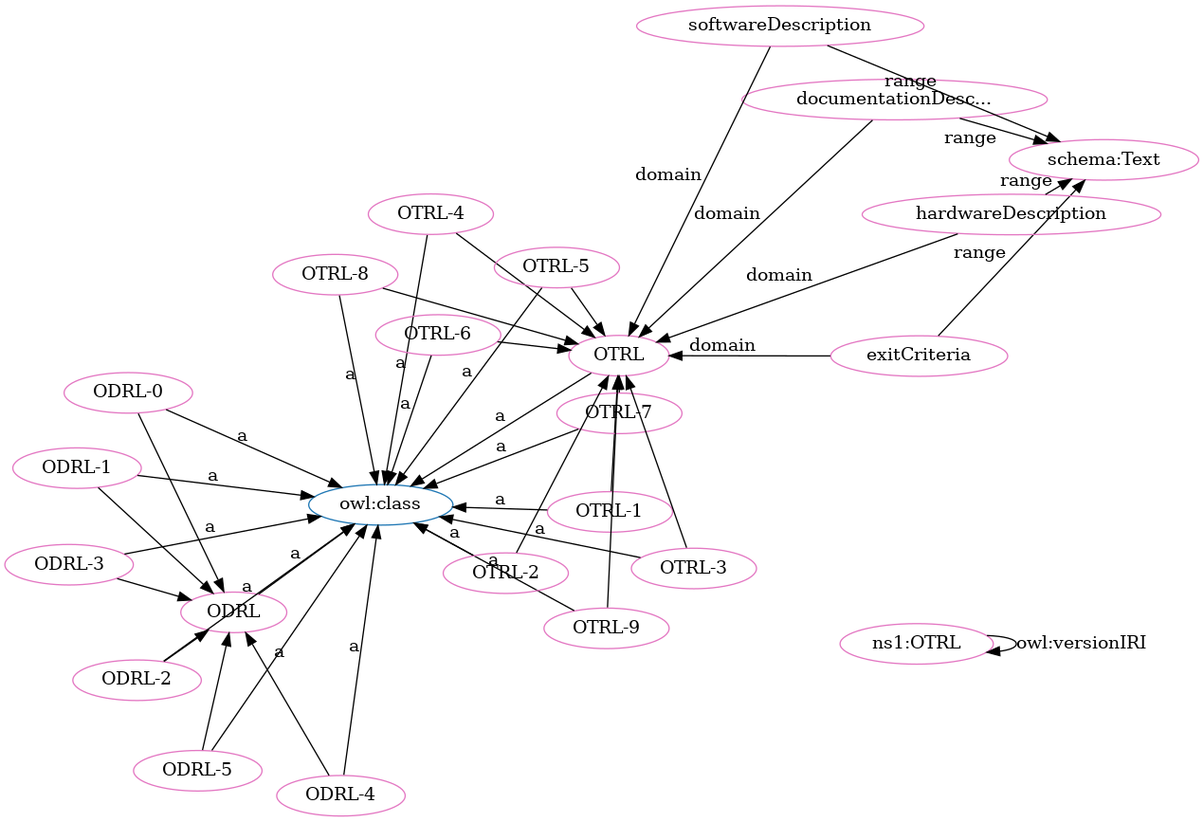
Above: OTRL-clean.png in OPEN-NEXT/OKH-LOSH (Graphviz), before the change. Its source is kept beside it as OTRL-clean.dot. Its diagram source:
```dot
digraph G {
  rankdir=BT
  node[height=.3]
"http://www.w3.org/2002/07/owl#class" [fillcolor="#1f77b4" color="#1f77b4" label="owl:class"]
"http://purl.org/oseg/ontologies/OTRL#OTRL" [fillcolor="#1f77b4" color="#1f77b4" label="OTRL"]
"http://purl.org/oseg/ontologies/OTRL#ODRL" [fillcolor="#1f77b4" color="#1f77b4" label="ODRL"]
"http://purl.org/oseg/ontologies/OTRL#ODRL" [fillcolor="#e377c2" color="#e377c2" label="ODRL"]
"http://purl.org/oseg/ontologies/OTRL#ODRL-3" [fillcolor="#e377c2" color="#e377c2" label="ODRL-3"]
"http://purl.org/oseg/ontologies/OTRL#OTRL" [fillcolor="#e377c2" color="#e377c2" label="OTRL"]
"http://purl.org/oseg/ontologies/OTRL#ODRL-1" [fillcolor="#e377c2" color="#e377c2" label="ODRL-1"]
"http://schema.org/Text" [fillcolor="#e377c2" color="#e377c2" label="schema:Text"]
"http://purl.org/oseg/ontologies/OTRL" [fillcolor="#e377c2" color="#e377c2" label="ns1:OTRL"]
"http://purl.org/oseg/ontologies/OTRL#ODRL-2" [fillcolor="#e377c2" color="#e377c2" label="ODRL-2"]
"http://purl.org/oseg/ontologies/OTRL#ODRL-5" [fillcolor="#e377c2" color="#e377c2" label="ODRL-5"]
"http://purl.org/oseg/ontologies/OTRL#exitCriteria" [fillcolor="#e377c2" color="#e377c2" label="exitCriteria"]
"http://purl.org/oseg/ontologies/OTRL#OTRL-1" [fillcolor="#e377c2" color="#e377c2" label="OTRL-1"]
"http://purl.org/oseg/ontologies/OTRL#OTRL-7" [fillcolor="#e377c2" color="#e377c2" label="OTRL-7"]
"http://purl.org/oseg/ontologies/OTRL#ODRL-0" [fillcolor="#e377c2" color="#e377c2" label="ODRL-0"]
"http://purl.org/oseg/ontologies/OTRL#hardwareDescription" [fillcolor="#e377c2" color="#e377c2" label="hardwareDescription"]
"http://purl.org/oseg/ontologies/OTRL#OTRL-3" [fillcolor="#e377c2" color="#e377c2" label="OTRL-3"]
"http://purl.org/oseg/ontologies/OTRL#OTRL-4" [fillcolor="#e377c2" color="#e377c2" label="OTRL-4"]
"http://purl.org/oseg/ontologies/OTRL#ODRL-4" [fillcolor="#e377c2" color="#e377c2" label="ODRL-4"]
"http://purl.org/oseg/ontologies/OTRL#OTRL-9" [fillcolor="#e377c2" color="#e377c2" label="OTRL-9"]
"http://purl.org/oseg/ontologies/OTRL#OTRL-8" [fillcolor="#e377c2" color="#e377c2" label="OTRL-8"]
"http://purl.org/oseg/ontologies/OTRL#documentationDescription" [fillcolor="#e377c2" color="#e377c2" label="documentationDesc..."]
"http://purl.org/oseg/ontologies/OTRL#softwareDescription" [fillcolor="#e377c2" color="#e377c2" label="softwareDescription"]
"http://purl.org/oseg/ontologies/OTRL#OTRL-2" [fillcolor="#e377c2" color="#e377c2" label="OTRL-2"]
"http://purl.org/oseg/ontologies/OTRL#OTRL-6" [fillcolor="#e377c2" color="#e377c2" label="OTRL-6"]
"http://purl.org/oseg/ontologies/OTRL#OTRL-5" [fillcolor="#e377c2" color="#e377c2" label="OTRL-5"]
  "http://purl.org/oseg/ontologies/OTRL#ODRL-3" -> "http://www.w3.org/2002/07/owl#class" [label="a"]
  "http://purl.org/oseg/ontologies/OTRL#exitCriteria" -> "http://purl.org/oseg/ontologies/OTRL#OTRL" [label="domain"]
  "http://purl.org/oseg/ontologies/OTRL#ODRL-1" -> "http://www.w3.org/2002/07/owl#class" [label="a"]
  "http://purl.org/oseg/ontologies/OTRL#softwareDescription" -> "http://schema.org/Text" [label="range"]
  "http://purl.org/oseg/ontologies/OTRL#OTRL-8" -> "http://purl.org/oseg/ontologies/OTRL#OTRL" [label=""]
  "http://purl.org/oseg/ontologies/OTRL#OTRL-1" -> "http://purl.org/oseg/ontologies/OTRL#OTRL" [label=""]
  "http://purl.org/oseg/ontologies/OTRL#OTRL" -> "http://www.w3.org/2002/07/owl#class" [label="a"]
  "http://purl.org/oseg/ontologies/OTRL#documentationDescription" -> "http://schema.org/Text" [label="range"]
  "http://purl.org/oseg/ontologies/OTRL#ODRL-2" -> "http://www.w3.org/2002/07/owl#class" [label="a"]
  "http://purl.org/oseg/ontologies/OTRL#OTRL-2" -> "http://purl.org/oseg/ontologies/OTRL#OTRL" [label=""]
  "http://purl.org/oseg/ontologies/OTRL#ODRL-5" -> "http://www.w3.org/2002/07/owl#class" [label="a"]
  "http://purl.org/oseg/ontologies/OTRL#OTRL-6" -> "http://purl.org/oseg/ontologies/OTRL#OTRL" [label=""]
  "http://purl.org/oseg/ontologies/OTRL#ODRL-0" -> "http://www.w3.org/2002/07/owl#class" [label="a"]
  "http://purl.org/oseg/ontologies/OTRL#OTRL-3" -> "http://www.w3.org/2002/07/owl#class" [label="a"]
  "http://purl.org/oseg/ontologies/OTRL#OTRL-4" -> "http://www.w3.org/2002/07/owl#class" [label="a"]
  "http://purl.org/oseg/ontologies/OTRL#OTRL-7" -> "http://purl.org/oseg/ontologies/OTRL#OTRL" [label=""]
  "http://purl.org/oseg/ontologies/OTRL#documentationDescription" -> "http://purl.org/oseg/ontologies/OTRL#OTRL" [label="domain"]
  "http://purl.org/oseg/ontologies/OTRL#OTRL-8" -> "http://www.w3.org/2002/07/owl#class" [label="a"]
  "http://purl.org/oseg/ontologies/OTRL#OTRL-5" -> "http://purl.org/oseg/ontologies/OTRL#OTRL" [label=""]
  "http://purl.org/oseg/ontologies/OTRL#exitCriteria" -> "http://schema.org/Text" [label="range"]
  "http://purl.org/oseg/ontologies/OTRL#OTRL-2" -> "http://www.w3.org/2002/07/owl#class" [label="a"]
  "http://purl.org/oseg/ontologies/OTRL#OTRL-6" -> "http://www.w3.org/2002/07/owl#class" [label="a"]
  "http://purl.org/oseg/ontologies/OTRL#OTRL-5" -> "http://www.w3.org/2002/07/owl#class" [label="a"]
  "http://purl.org/oseg/ontologies/OTRL#ODRL-1" -> "http://purl.org/oseg/ontologies/OTRL#ODRL" [label=""]
  "http://purl.org/oseg/ontologies/OTRL#hardwareDescription" -> "http://purl.org/oseg/ontologies/OTRL#OTRL" [label="domain"]
  "http://purl.org/oseg/ontologies/OTRL#ODRL-3" -> "http://purl.org/oseg/ontologies/OTRL#ODRL" [label=""]
  "http://purl.org/oseg/ontologies/OTRL" -> "http://purl.org/oseg/ontologies/OTRL" [label="owl:versionIRI"]
  "http://purl.org/oseg/ontologies/OTRL#softwareDescription" -> "http://purl.org/oseg/ontologies/OTRL#OTRL" [label="domain"]
  "http://purl.org/oseg/ontologies/OTRL#ODRL-0" -> "http://purl.org/oseg/ontologies/OTRL#ODRL" [label=""]
  "http://purl.org/oseg/ontologies/OTRL#OTRL-4" -> "http://purl.org/oseg/ontologies/OTRL#OTRL" [label=""]
  "http://purl.org/oseg/ontologies/OTRL#OTRL-1" -> "http://www.w3.org/2002/07/owl#class" [label="a"]
  "http://purl.org/oseg/ontologies/OTRL#OTRL-7" -> "http://www.w3.org/2002/07/owl#class" [label="a"]
  "http://purl.org/oseg/ontologies/OTRL#ODRL-4" -> "http://purl.org/oseg/ontologies/OTRL#ODRL" [label=""]
  "http://purl.org/oseg/ontologies/OTRL#ODRL-4" -> "http://www.w3.org/2002/07/owl#class" [label="a"]
  "http://purl.org/oseg/ontologies/OTRL#OTRL-9" -> "http://www.w3.org/2002/07/owl#class" [label="a"]
  "http://purl.org/oseg/ontologies/OTRL#ODRL-2" -> "http://purl.org/oseg/ontologies/OTRL#ODRL" [label=""]
  "http://purl.org/oseg/ontologies/OTRL#OTRL-3" -> "http://purl.org/oseg/ontologies/OTRL#OTRL" [label=""]
  "http://purl.org/oseg/ontologies/OTRL#ODRL-5" -> "http://purl.org/oseg/ontologies/OTRL#ODRL" [label=""]
  "http://purl.org/oseg/ontologies/OTRL#ODRL" -> "http://www.w3.org/2002/07/owl#class" [label="a"]
  "http://purl.org/oseg/ontologies/OTRL#OTRL-9" -> "http://purl.org/oseg/ontologies/OTRL#OTRL" [label=""]
  "http://purl.org/oseg/ontologies/OTRL#hardwareDescription" -> "http://schema.org/Text" [label="range"]
}
```
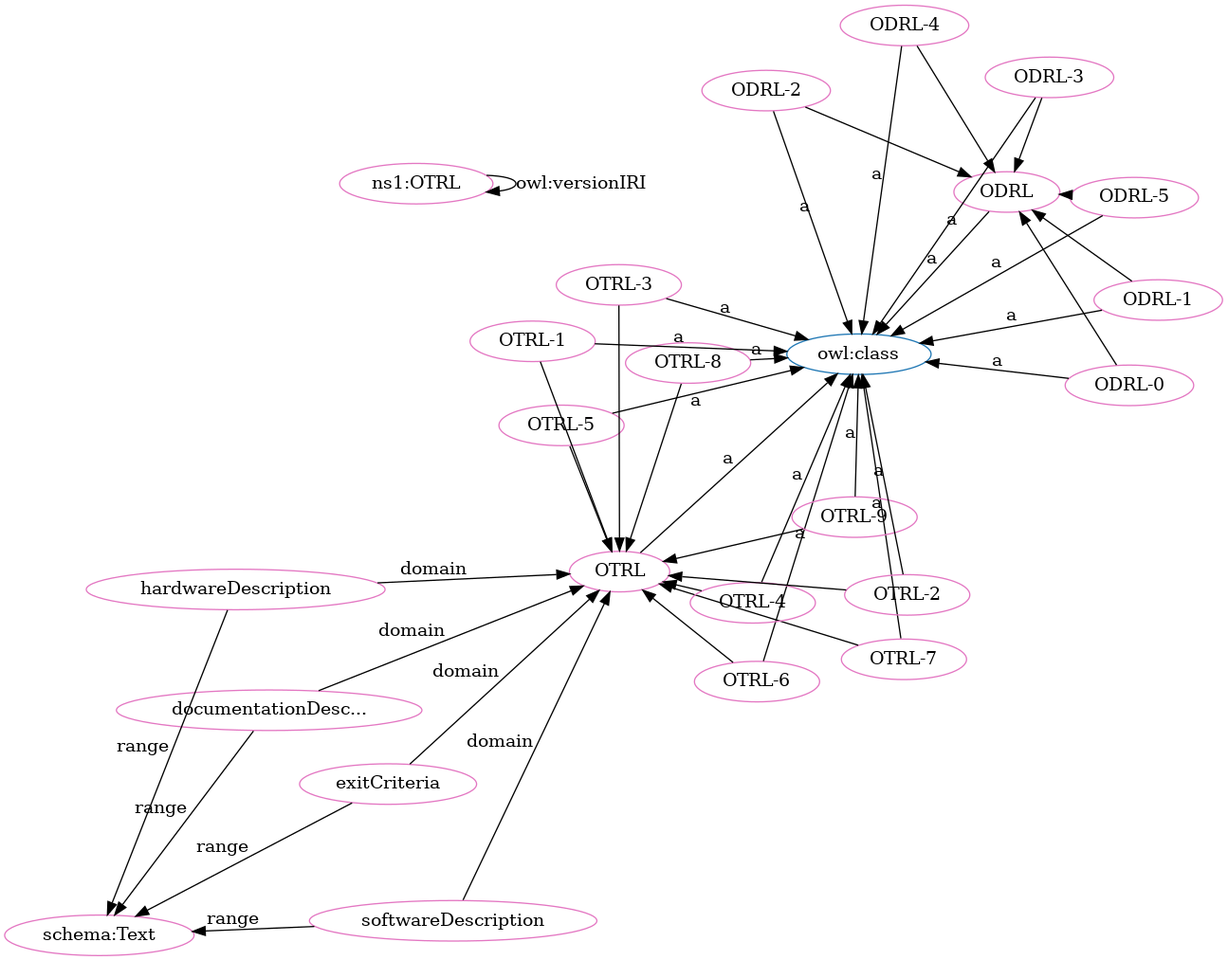
After the change.

The edit, as a diff of the source:
```diff
@@ -2,70 +2,70 @@
   rankdir=BT
   node[height=.3]
 "http://www.w3.org/2002/07/owl#class" [fillcolor="#1f77b4" color="#1f77b4" label="owl:class"]
+"http://purl.org/oseg/ontologies/OTRL#ODRL" [fillcolor="#1f77b4" color="#1f77b4" label="ODRL"]
 "http://purl.org/oseg/ontologies/OTRL#OTRL" [fillcolor="#1f77b4" color="#1f77b4" label="OTRL"]
-"http://purl.org/oseg/ontologies/OTRL#ODRL" [fillcolor="#1f77b4" color="#1f77b4" label="ODRL"]
 "http://purl.org/oseg/ontologies/OTRL#ODRL" [fillcolor="#e377c2" color="#e377c2" label="ODRL"]
+"http://purl.org/oseg/ontologies/OTRL#OTRL" [fillcolor="#e377c2" color="#e377c2" label="OTRL"]
+"http://purl.org/oseg/ontologies/OTRL#ODRL-5" [fillcolor="#e377c2" color="#e377c2" label="ODRL-5"]
+"http://purl.org/oseg/ontologies/OTRL#OTRL-5" [fillcolor="#e377c2" color="#e377c2" label="OTRL-5"]
+"http://schema.org/Text" [fillcolor="#e377c2" color="#e377c2" label="schema:Text"]
 "http://purl.org/oseg/ontologies/OTRL#ODRL-3" [fillcolor="#e377c2" color="#e377c2" label="ODRL-3"]
-"http://purl.org/oseg/ontologies/OTRL#OTRL" [fillcolor="#e377c2" color="#e377c2" label="OTRL"]
+"http://purl.org/oseg/ontologies/OTRL#exitCriteria" [fillcolor="#e377c2" color="#e377c2" label="exitCriteria"]
+"http://purl.org/oseg/ontologies/OTRL#softwareDescription" [fillcolor="#e377c2" color="#e377c2" label="softwareDescription"]
 "http://purl.org/oseg/ontologies/OTRL#ODRL-1" [fillcolor="#e377c2" color="#e377c2" label="ODRL-1"]
-"http://schema.org/Text" [fillcolor="#e377c2" color="#e377c2" label="schema:Text"]
+"http://purl.org/oseg/ontologies/OTRL#OTRL-7" [fillcolor="#e377c2" color="#e377c2" label="OTRL-7"]
+"http://purl.org/oseg/ontologies/OTRL#documentationDescription" [fillcolor="#e377c2" color="#e377c2" label="documentationDesc..."]
+"http://purl.org/oseg/ontologies/OTRL#ODRL-0" [fillcolor="#e377c2" color="#e377c2" label="ODRL-0"]
 "http://purl.org/oseg/ontologies/OTRL" [fillcolor="#e377c2" color="#e377c2" label="ns1:OTRL"]
+"http://purl.org/oseg/ontologies/OTRL#OTRL-6" [fillcolor="#e377c2" color="#e377c2" label="OTRL-6"]
 "http://purl.org/oseg/ontologies/OTRL#ODRL-2" [fillcolor="#e377c2" color="#e377c2" label="ODRL-2"]
-"http://purl.org/oseg/ontologies/OTRL#ODRL-5" [fillcolor="#e377c2" color="#e377c2" label="ODRL-5"]
-"http://purl.org/oseg/ontologies/OTRL#exitCriteria" [fillcolor="#e377c2" color="#e377c2" label="exitCriteria"]
+"http://purl.org/oseg/ontologies/OTRL#OTRL-4" [fillcolor="#e377c2" color="#e377c2" label="OTRL-4"]
+"http://purl.org/oseg/ontologies/OTRL#OTRL-8" [fillcolor="#e377c2" color="#e377c2" label="OTRL-8"]
 "http://purl.org/oseg/ontologies/OTRL#OTRL-1" [fillcolor="#e377c2" color="#e377c2" label="OTRL-1"]
-"http://purl.org/oseg/ontologies/OTRL#OTRL-7" [fillcolor="#e377c2" color="#e377c2" label="OTRL-7"]
-"http://purl.org/oseg/ontologies/OTRL#ODRL-0" [fillcolor="#e377c2" color="#e377c2" label="ODRL-0"]
 "http://purl.org/oseg/ontologies/OTRL#hardwareDescription" [fillcolor="#e377c2" color="#e377c2" label="hardwareDescription"]
-"http://purl.org/oseg/ontologies/OTRL#OTRL-3" [fillcolor="#e377c2" color="#e377c2" label="OTRL-3"]
-"http://purl.org/oseg/ontologies/OTRL#OTRL-4" [fillcolor="#e377c2" color="#e377c2" label="OTRL-4"]
 "http://purl.org/oseg/ontologies/OTRL#ODRL-4" [fillcolor="#e377c2" color="#e377c2" label="ODRL-4"]
 "http://purl.org/oseg/ontologies/OTRL#OTRL-9" [fillcolor="#e377c2" color="#e377c2" label="OTRL-9"]
-"http://purl.org/oseg/ontologies/OTRL#OTRL-8" [fillcolor="#e377c2" color="#e377c2" label="OTRL-8"]
-"http://purl.org/oseg/ontologies/OTRL#documentationDescription" [fillcolor="#e377c2" color="#e377c2" label="documentationDesc..."]
-"http://purl.org/oseg/ontologies/OTRL#softwareDescription" [fillcolor="#e377c2" color="#e377c2" label="softwareDescription"]
 "http://purl.org/oseg/ontologies/OTRL#OTRL-2" [fillcolor="#e377c2" color="#e377c2" label="OTRL-2"]
-"http://purl.org/oseg/ontologies/OTRL#OTRL-6" [fillcolor="#e377c2" color="#e377c2" label="OTRL-6"]
-"http://purl.org/oseg/ontologies/OTRL#OTRL-5" [fillcolor="#e377c2" color="#e377c2" label="OTRL-5"]
+"http://purl.org/oseg/ontologies/OTRL#OTRL-3" [fillcolor="#e377c2" color="#e377c2" label="OTRL-3"]
+  "http://purl.org/oseg/ontologies/OTRL#OTRL-8" -> "http://purl.org/oseg/ontologies/OTRL#OTRL" [label=""]
+  "http://purl.org/oseg/ontologies/OTRL#ODRL-0" -> "http://purl.org/oseg/ontologies/OTRL#ODRL" [label=""]
+  "http://purl.org/oseg/ontologies/OTRL#ODRL-5" -> "http://www.w3.org/2002/07/owl#class" [label="a"]
+  "http://purl.org/oseg/ontologies/OTRL#OTRL-1" -> "http://purl.org/oseg/ontologies/OTRL#OTRL" [label=""]
+  "http://purl.org/oseg/ontologies/OTRL#OTRL-5" -> "http://www.w3.org/2002/07/owl#class" [label="a"]
+  "http://purl.org/oseg/ontologies/OTRL#OTRL-2" -> "http://purl.org/oseg/ontologies/OTRL#OTRL" [label=""]
+  "http://purl.org/oseg/ontologies/OTRL#ODRL-4" -> "http://purl.org/oseg/ontologies/OTRL#ODRL" [label=""]
+  "http://purl.org/oseg/ontologies/OTRL#OTRL-7" -> "http://purl.org/oseg/ontologies/OTRL#OTRL" [label=""]
+  "http://purl.org/oseg/ontologies/OTRL#hardwareDescription" -> "http://purl.org/oseg/ontologies/OTRL#OTRL" [label="domain"]
+  "http://purl.org/oseg/ontologies/OTRL#hardwareDescription" -> "http://schema.org/Text" [label="range"]
   "http://purl.org/oseg/ontologies/OTRL#ODRL-3" -> "http://www.w3.org/2002/07/owl#class" [label="a"]
+  "http://purl.org/oseg/ontologies/OTRL#OTRL-4" -> "http://purl.org/oseg/ontologies/OTRL#OTRL" [label=""]
+  "http://purl.org/oseg/ontologies/OTRL#softwareDescription" -> "http://schema.org/Text" [label="range"]
+  "http://purl.org/oseg/ontologies/OTRL#ODRL-5" -> "http://purl.org/oseg/ontologies/OTRL#ODRL" [label=""]
+  "http://purl.org/oseg/ontologies/OTRL#OTRL" -> "http://www.w3.org/2002/07/owl#class" [label="a"]
+  "http://purl.org/oseg/ontologies/OTRL#softwareDescription" -> "http://purl.org/oseg/ontologies/OTRL#OTRL" [label="domain"]
+  "http://purl.org/oseg/ontologies/OTRL#ODRL-1" -> "http://purl.org/oseg/ontologies/OTRL#ODRL" [label=""]
+  "http://purl.org/oseg/ontologies/OTRL#OTRL-6" -> "http://www.w3.org/2002/07/owl#class" [label="a"]
+  "http://purl.org/oseg/ontologies/OTRL#OTRL-9" -> "http://purl.org/oseg/ontologies/OTRL#OTRL" [label=""]
+  "http://purl.org/oseg/ontologies/OTRL#ODRL-2" -> "http://www.w3.org/2002/07/owl#class" [label="a"]
+  "http://purl.org/oseg/ontologies/OTRL#OTRL-8" -> "http://www.w3.org/2002/07/owl#class" [label="a"]
+  "http://purl.org/oseg/ontologies/OTRL#OTRL-3" -> "http://purl.org/oseg/ontologies/OTRL#OTRL" [label=""]
+  "http://purl.org/oseg/ontologies/OTRL#ODRL-3" -> "http://purl.org/oseg/ontologies/OTRL#ODRL" [label=""]
+  "http://purl.org/oseg/ontologies/OTRL#OTRL-9" -> "http://www.w3.org/2002/07/owl#class" [label="a"]
+  "http://purl.org/oseg/ontologies/OTRL#OTRL-5" -> "http://purl.org/oseg/ontologies/OTRL#OTRL" [label=""]
+  "http://purl.org/oseg/ontologies/OTRL#documentationDescription" -> "http://schema.org/Text" [label="range"]
+  "http://purl.org/oseg/ontologies/OTRL#documentationDescription" -> "http://purl.org/oseg/ontologies/OTRL#OTRL" [label="domain"]
+  "http://purl.org/oseg/ontologies/OTRL#ODRL-2" -> "http://purl.org/oseg/ontologies/OTRL#ODRL" [label=""]
+  "http://purl.org/oseg/ontologies/OTRL#ODRL" -> "http://www.w3.org/2002/07/owl#class" [label="a"]
+  "http://purl.org/oseg/ontologies/OTRL#ODRL-1" -> "http://www.w3.org/2002/07/owl#class" [label="a"]
+  "http://purl.org/oseg/ontologies/OTRL#OTRL-7" -> "http://www.w3.org/2002/07/owl#class" [label="a"]
+  "http://purl.org/oseg/ontologies/OTRL#ODRL-0" -> "http://www.w3.org/2002/07/owl#class" [label="a"]
+  "http://purl.org/oseg/ontologies/OTRL#OTRL-4" -> "http://www.w3.org/2002/07/owl#class" [label="a"]
+  "http://purl.org/oseg/ontologies/OTRL#exitCriteria" -> "http://schema.org/Text" [label="range"]
+  "http://purl.org/oseg/ontologies/OTRL#OTRL-1" -> "http://www.w3.org/2002/07/owl#class" [label="a"]
   "http://purl.org/oseg/ontologies/OTRL#exitCriteria" -> "http://purl.org/oseg/ontologies/OTRL#OTRL" [label="domain"]
-  "http://purl.org/oseg/ontologies/OTRL#ODRL-1" -> "http://www.w3.org/2002/07/owl#class" [label="a"]
-  "http://purl.org/oseg/ontologies/OTRL#softwareDescription" -> "http://schema.org/Text" [label="range"]
-  "http://purl.org/oseg/ontologies/OTRL#OTRL-8" -> "http://purl.org/oseg/ontologies/OTRL#OTRL" [label=""]
-  "http://purl.org/oseg/ontologies/OTRL#OTRL-1" -> "http://purl.org/oseg/ontologies/OTRL#OTRL" [label=""]
-  "http://purl.org/oseg/ontologies/OTRL#OTRL" -> "http://www.w3.org/2002/07/owl#class" [label="a"]
-  "http://purl.org/oseg/ontologies/OTRL#documentationDescription" -> "http://schema.org/Text" [label="range"]
-  "http://purl.org/oseg/ontologies/OTRL#ODRL-2" -> "http://www.w3.org/2002/07/owl#class" [label="a"]
-  "http://purl.org/oseg/ontologies/OTRL#OTRL-2" -> "http://purl.org/oseg/ontologies/OTRL#OTRL" [label=""]
-  "http://purl.org/oseg/ontologies/OTRL#ODRL-5" -> "http://www.w3.org/2002/07/owl#class" [label="a"]
+  "http://purl.org/oseg/ontologies/OTRL#ODRL-4" -> "http://www.w3.org/2002/07/owl#class" [label="a"]
+  "http://purl.org/oseg/ontologies/OTRL#OTRL-2" -> "http://www.w3.org/2002/07/owl#class" [label="a"]
+  "http://purl.org/oseg/ontologies/OTRL" -> "http://purl.org/oseg/ontologies/OTRL" [label="owl:versionIRI"]
   "http://purl.org/oseg/ontologies/OTRL#OTRL-6" -> "http://purl.org/oseg/ontologies/OTRL#OTRL" [label=""]
-  "http://purl.org/oseg/ontologies/OTRL#ODRL-0" -> "http://www.w3.org/2002/07/owl#class" [label="a"]
   "http://purl.org/oseg/ontologies/OTRL#OTRL-3" -> "http://www.w3.org/2002/07/owl#class" [label="a"]
-  "http://purl.org/oseg/ontologies/OTRL#OTRL-4" -> "http://www.w3.org/2002/07/owl#class" [label="a"]
-  "http://purl.org/oseg/ontologies/OTRL#OTRL-7" -> "http://purl.org/oseg/ontologies/OTRL#OTRL" [label=""]
-  "http://purl.org/oseg/ontologies/OTRL#documentationDescription" -> "http://purl.org/oseg/ontologies/OTRL#OTRL" [label="domain"]
-  "http://purl.org/oseg/ontologies/OTRL#OTRL-8" -> "http://www.w3.org/2002/07/owl#class" [label="a"]
-  "http://purl.org/oseg/ontologies/OTRL#OTRL-5" -> "http://purl.org/oseg/ontologies/OTRL#OTRL" [label=""]
-  "http://purl.org/oseg/ontologies/OTRL#exitCriteria" -> "http://schema.org/Text" [label="range"]
-  "http://purl.org/oseg/ontologies/OTRL#OTRL-2" -> "http://www.w3.org/2002/07/owl#class" [label="a"]
-  "http://purl.org/oseg/ontologies/OTRL#OTRL-6" -> "http://www.w3.org/2002/07/owl#class" [label="a"]
-  "http://purl.org/oseg/ontologies/OTRL#OTRL-5" -> "http://www.w3.org/2002/07/owl#class" [label="a"]
-  "http://purl.org/oseg/ontologies/OTRL#ODRL-1" -> "http://purl.org/oseg/ontologies/OTRL#ODRL" [label=""]
-  "http://purl.org/oseg/ontologies/OTRL#hardwareDescription" -> "http://purl.org/oseg/ontologies/OTRL#OTRL" [label="domain"]
-  "http://purl.org/oseg/ontologies/OTRL#ODRL-3" -> "http://purl.org/oseg/ontologies/OTRL#ODRL" [label=""]
-  "http://purl.org/oseg/ontologies/OTRL" -> "http://purl.org/oseg/ontologies/OTRL" [label="owl:versionIRI"]
-  "http://purl.org/oseg/ontologies/OTRL#softwareDescription" -> "http://purl.org/oseg/ontologies/OTRL#OTRL" [label="domain"]
-  "http://purl.org/oseg/ontologies/OTRL#ODRL-0" -> "http://purl.org/oseg/ontologies/OTRL#ODRL" [label=""]
-  "http://purl.org/oseg/ontologies/OTRL#OTRL-4" -> "http://purl.org/oseg/ontologies/OTRL#OTRL" [label=""]
-  "http://purl.org/oseg/ontologies/OTRL#OTRL-1" -> "http://www.w3.org/2002/07/owl#class" [label="a"]
-  "http://purl.org/oseg/ontologies/OTRL#OTRL-7" -> "http://www.w3.org/2002/07/owl#class" [label="a"]
-  "http://purl.org/oseg/ontologies/OTRL#ODRL-4" -> "http://purl.org/oseg/ontologies/OTRL#ODRL" [label=""]
-  "http://purl.org/oseg/ontologies/OTRL#ODRL-4" -> "http://www.w3.org/2002/07/owl#class" [label="a"]
-  "http://purl.org/oseg/ontologies/OTRL#OTRL-9" -> "http://www.w3.org/2002/07/owl#class" [label="a"]
-  "http://purl.org/oseg/ontologies/OTRL#ODRL-2" -> "http://purl.org/oseg/ontologies/OTRL#ODRL" [label=""]
-  "http://purl.org/oseg/ontologies/OTRL#OTRL-3" -> "http://purl.org/oseg/ontologies/OTRL#OTRL" [label=""]
-  "http://purl.org/oseg/ontologies/OTRL#ODRL-5" -> "http://purl.org/oseg/ontologies/OTRL#ODRL" [label=""]
-  "http://purl.org/oseg/ontologies/OTRL#ODRL" -> "http://www.w3.org/2002/07/owl#class" [label="a"]
-  "http://purl.org/oseg/ontologies/OTRL#OTRL-9" -> "http://purl.org/oseg/ontologies/OTRL#OTRL" [label=""]
-  "http://purl.org/oseg/ontologies/OTRL#hardwareDescription" -> "http://schema.org/Text" [label="range"]
 }
```
